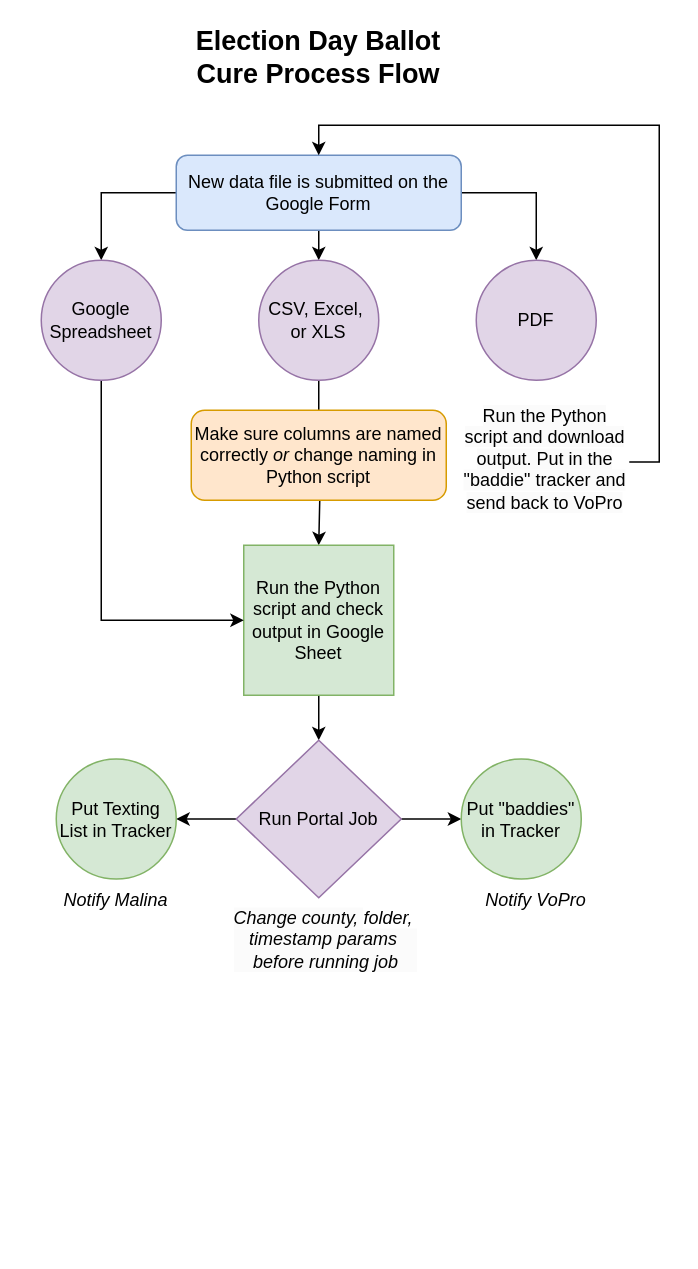
jaredbach/DataDiagrams keeps this draw.io diagram as Non-Technical-Ballot-Cure-Flow.drawio. Above is the earlier version. Source tidied: cells renumbered, new cells numbered last; positions are measured from the earlier drawing's top-left corner, leaving out a move shared by most shapes. Both pictures are drawn from the tidied source at 150%, with x=0, y=0 at pixel (26, 34).
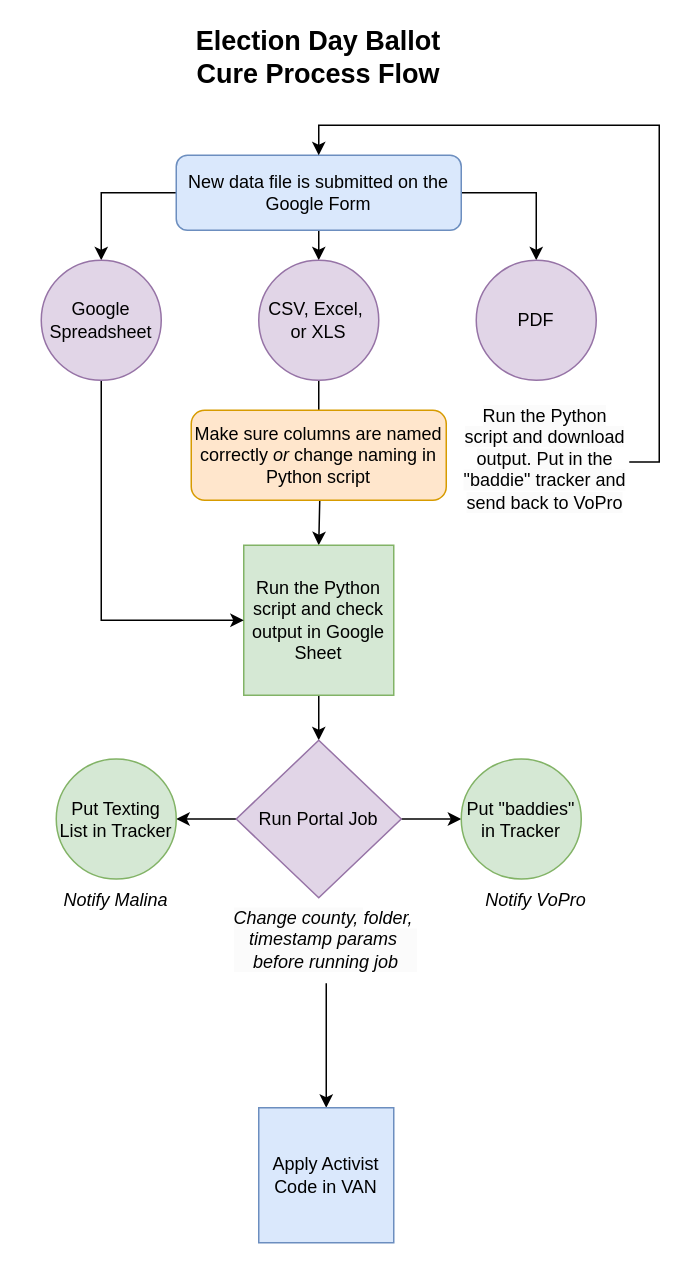
The same page after the edit.

The edit, as a diff of the source:
```diff
@@
+    <mxCell id="25" style="edgeStyle=orthogonalEdgeStyle;rounded=0;orthogonalLoop=1;jettySize=auto;html=1;exitX=0.5;exitY=1;exitDx=0;exitDy=0;" parent="1" edge="1">
+      <mxGeometry relative="1" as="geometry">
+        <mxPoint x="200" y="632" as="sourcePoint" />
+        <mxPoint x="200" y="715" as="targetPoint" />
+      </mxGeometry>
+    </mxCell>
@@
+    <mxCell id="26" value="Apply Activist Code in VAN" style="whiteSpace=wrap;html=1;fillColor=#dae8fc;strokeColor=#6c8ebf;" parent="1" vertex="1">
+      <mxGeometry x="155" y="715" width="90" height="90" as="geometry" />
+    </mxCell>
```
